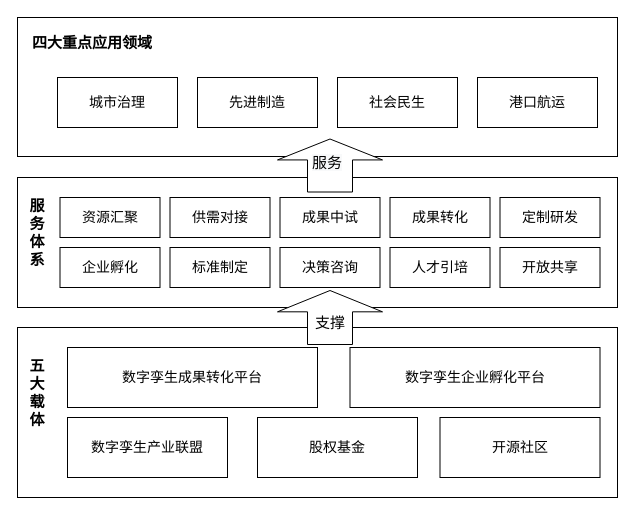
Before: shrine-doc/Untitled Diagram.drawio in easefulfil/CLOUDCARE, a draw.io diagram. Source tidied: cells renumbered, new cells numbered last; positions are measured from the earlier drawing's top-left corner, leaving out a move shared by most shapes. Both pictures are drawn from the tidied source at 100%, with x=0, y=0 at pixel (17, 17).
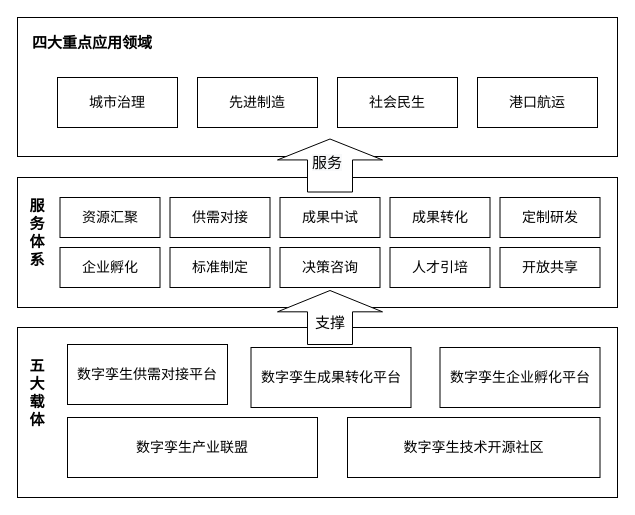
After the change.

The edit, as a diff of the source:
```diff
@@
     <mxCell id="3" value="数字孪生产业联盟" style="rounded=0;whiteSpace=wrap;html=1;fontSize=14;fontStyle=0;" parent="1" vertex="1">
-      <mxGeometry x="50" y="400" width="160" height="60" as="geometry" />
+      <mxGeometry x="50" y="400" width="250" height="60" as="geometry" />
     </mxCell>
-    <mxCell id="4" value="开源社区" style="rounded=0;whiteSpace=wrap;html=1;fontSize=14;fontStyle=0;" parent="1" vertex="1">
-      <mxGeometry x="422.5" y="400" width="160" height="60" as="geometry" />
+    <mxCell id="4" value="数字孪生技术开源社区" style="rounded=0;whiteSpace=wrap;html=1;fontSize=14;fontStyle=0;" parent="1" vertex="1">
+      <mxGeometry x="330" y="400" width="252.5" height="60" as="geometry" />
     </mxCell>
-    <mxCell id="5" value="股权基金" style="rounded=0;whiteSpace=wrap;html=1;fontSize=14;fontStyle=0;" parent="1" vertex="1">
-      <mxGeometry x="240" y="400" width="160" height="60" as="geometry" />
+    <mxCell id="5" value="数字孪生供需对接平台" style="rounded=0;whiteSpace=wrap;html=1;fontSize=14;fontStyle=0;" parent="1" vertex="1">
+      <mxGeometry x="50" y="327" width="160" height="60" as="geometry" />
     </mxCell>
     <mxCell id="6" value="数字孪生成果转化平台" style="rounded=0;whiteSpace=wrap;html=1;fontSize=14;fontStyle=0;" parent="1" vertex="1">
-      <mxGeometry x="50" y="330" width="250" height="60" as="geometry" />
+      <mxGeometry x="233.5" y="330" width="160" height="60" as="geometry" />
     </mxCell>
     <mxCell id="7" value="数字孪生企业孵化平台" style="rounded=0;whiteSpace=wrap;html=1;fontSize=14;fontStyle=0;" parent="1" vertex="1">
-      <mxGeometry x="332.5" y="330" width="250" height="60" as="geometry" />
+      <mxGeometry x="422.5" y="330" width="160" height="60" as="geometry" />
     </mxCell>
```
